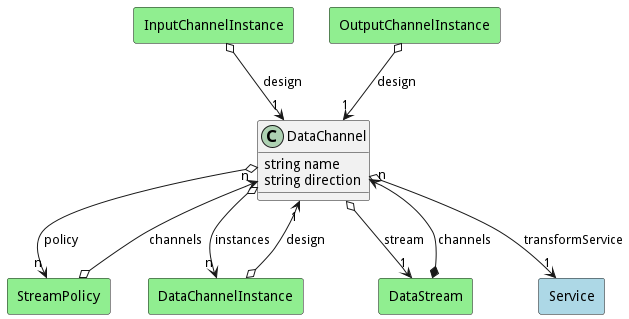
Before: docs/sabr/diml/dsm/models/datachannel/logical.png, a diagram exported from PlantUML (madajaju/sabr).
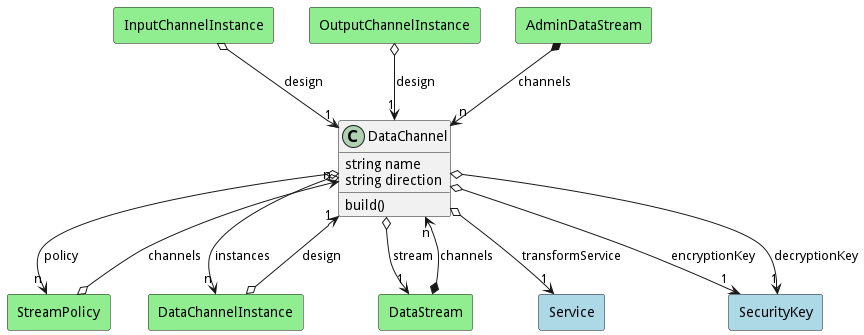
After the commit.

Diff of the diagram source:
```diff
@@ -4,6 +4,7 @@
  string name
  string direction
 
+ build()
 
 }
 
@@ -31,6 +32,18 @@
 Model o--> "1" DataStream : stream
 
 
+rectangle "SecurityKey" as SecurityKey #lightblue {
+}
+
+Model o--> "1" SecurityKey : encryptionKey
+
+
+rectangle "SecurityKey" as SecurityKey #lightblue {
+}
+
+Model o--> "1" SecurityKey : decryptionKey
+
+
 
 
     rectangle "DataChannelInstance" as DataChannelInstance #lightgreen {
@@ -43,11 +56,6 @@
 
         DataStream   *--> "n" Model : "channels"
 
-    rectangle "StreamPolicy" as StreamPolicy #lightgreen {
-    }
-
-        StreamPolicy   o--> "n" Model : "channels"
-
     rectangle "InputChannelInstance" as InputChannelInstance #lightgreen {
     }
 
@@ -58,5 +66,15 @@
 
         OutputChannelInstance   o--> "1" Model : "design"
 
+    rectangle "StreamPolicy" as StreamPolicy #lightgreen {
+    }
+
+        StreamPolicy   o--> "n" Model : "channels"
+
+    rectangle "AdminDataStream" as AdminDataStream #lightgreen {
+    }
+
+        AdminDataStream   *--> "n" Model : "channels"
+
 
 @enduml
```
